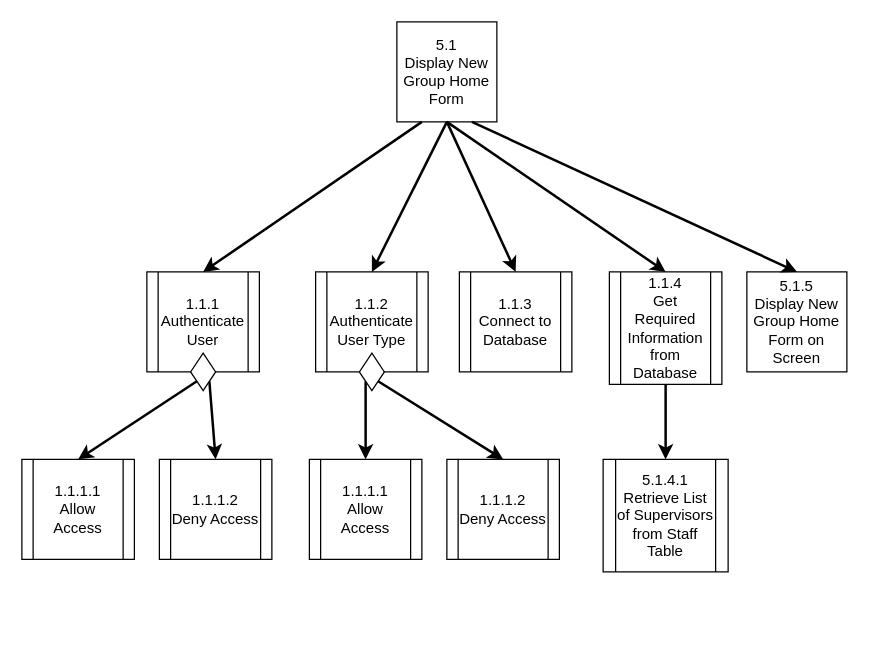
Earlier version of the draw.io diagram page "5.1: Display New Group Home Form" (1 of 2) of Diagrams/StructureCharts/Proc5CreateGH.drawio (Harlento/SchedulingSystem). Source tidied: cells renumbered, new cells numbered last; positions are measured from the earlier drawing's top-left corner, leaving out a move shared by most shapes. Both pictures are drawn from the tidied source at 125%, with x=0, y=0 at pixel (21, 21).
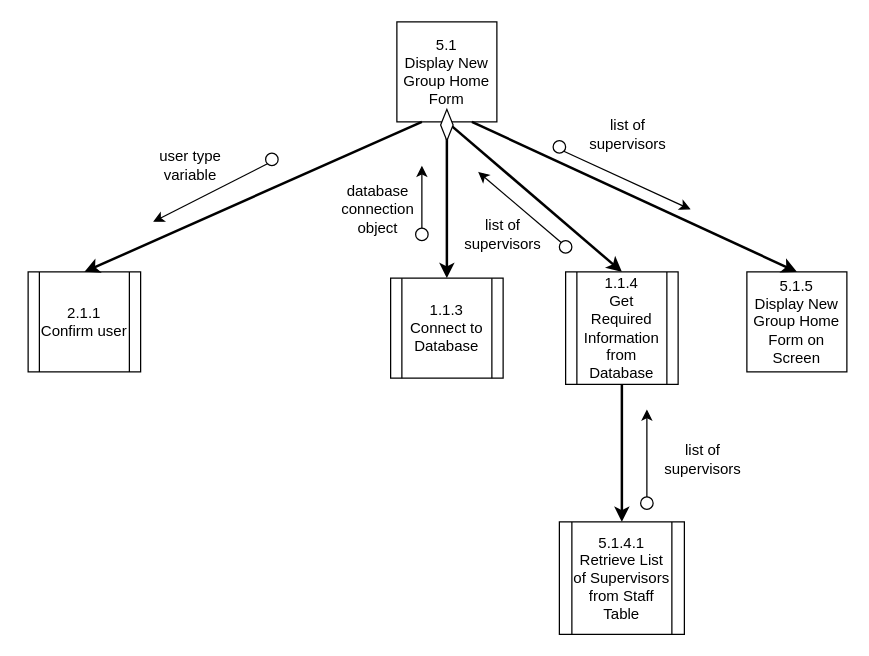
Above is the later version.

The change refers to these unchanged cells:
```xml
<mxCell id="2" value="5.1&lt;br&gt;Display New Group Home Form" style="whiteSpace=wrap;html=1;" parent="1" vertex="1">
  <mxGeometry x="300" width="80" height="80" as="geometry" />
</mxCell>
```

The edit, as a diff of the source:
```diff
@@
-    <mxCell id="3" style="endArrow=classic;html=1;" parent="1" edge="1">
-      <mxGeometry relative="1" as="geometry">
-        <mxPoint x="130" y="440" as="sourcePoint" />
-        <mxPoint x="130" y="440" as="targetPoint" />
-      </mxGeometry>
-    </mxCell>
@@
-    <mxCell id="5" style="endArrow=classic;html=1;exitX=0;exitY=1;exitDx=0;exitDy=0;entryX=0.5;entryY=0;entryDx=0;entryDy=0;strokeWidth=2;" parent="1" edge="1" source="12" target="11">
-      <mxGeometry relative="1" as="geometry" />
-    </mxCell>
@@
-    <mxCell id="7" style="endArrow=classic;html=1;exitX=0.25;exitY=1;exitDx=0;exitDy=0;entryX=0.5;entryY=0;entryDx=0;entryDy=0;strokeWidth=2;" parent="1" edge="1" source="2" target="9">
-      <mxGeometry relative="1" as="geometry" />
-    </mxCell>
-    <mxCell id="8" style="endArrow=classic;html=1;strokeWidth=2;entryX=0.5;entryY=0;entryDx=0;entryDy=0;exitX=1;exitY=1;exitDx=0;exitDy=0;" parent="1" edge="1" source="12" target="10">
-      <mxGeometry relative="1" as="geometry" />
-    </mxCell>
-    <mxCell id="9" value="&lt;span style=&quot;white-space: normal&quot;&gt;1.1.1&lt;br&gt;&lt;/span&gt;Authenticate User" style="shape=process;whiteSpace=wrap;html=1;backgroundOutline=1;" parent="1" vertex="1">
-      <mxGeometry x="100" y="200" width="90" height="80" as="geometry" />
-    </mxCell>
-    <mxCell id="10" value="1.1.1.2&lt;br&gt;Deny Access" style="shape=process;whiteSpace=wrap;html=1;backgroundOutline=1;" parent="1" vertex="1">
-      <mxGeometry x="110" y="350" width="90" height="80" as="geometry" />
-    </mxCell>
-    <mxCell id="11" value="1.1.1.1&lt;br&gt;Allow Access" style="shape=process;whiteSpace=wrap;html=1;backgroundOutline=1;" parent="1" vertex="1">
-      <mxGeometry y="350" width="90" height="80" as="geometry" />
-    </mxCell>
-    <mxCell id="12" style="rhombus;whiteSpace=wrap;html=1;fillColor=#FFFFFF;" parent="1" vertex="1">
-      <mxGeometry x="135" y="265" width="20" height="30" as="geometry" />
-    </mxCell>
-    <mxCell id="13" style="endArrow=classic;html=1;" parent="1" edge="1">
-      <mxGeometry relative="1" as="geometry">
-        <mxPoint x="290" y="445" as="sourcePoint" />
-        <mxPoint x="290" y="445" as="targetPoint" />
-      </mxGeometry>
-    </mxCell>
-    <mxCell id="14" style="endArrow=classic;html=1;exitX=0;exitY=1;exitDx=0;exitDy=0;strokeWidth=2;entryX=0.5;entryY=0;entryDx=0;entryDy=0;" parent="1" edge="1" source="17" target="23">
-      <mxGeometry relative="1" as="geometry" />
-    </mxCell>
-    <mxCell id="15" style="endArrow=classic;html=1;strokeWidth=2;exitX=1;exitY=1;exitDx=0;exitDy=0;entryX=0.5;entryY=0;entryDx=0;entryDy=0;" parent="1" edge="1" source="17" target="24">
-      <mxGeometry relative="1" as="geometry" />
-    </mxCell>
-    <mxCell id="16" value="&lt;span style=&quot;white-space: normal&quot;&gt;1.1.2&lt;br&gt;&lt;/span&gt;Authenticate User Type" style="shape=process;whiteSpace=wrap;html=1;backgroundOutline=1;" parent="1" vertex="1">
-      <mxGeometry x="235" y="200" width="90" height="80" as="geometry" />
-    </mxCell>
-    <mxCell id="17" style="rhombus;whiteSpace=wrap;html=1;fillColor=#FFFFFF;" parent="1" vertex="1">
-      <mxGeometry x="270" y="265" width="20" height="30" as="geometry" />
-    </mxCell>
-    <mxCell id="18" style="endArrow=classic;html=1;exitX=0.5;exitY=1;exitDx=0;exitDy=0;entryX=0.5;entryY=0;entryDx=0;entryDy=0;strokeWidth=2;" parent="1" edge="1" source="2" target="16">
-      <mxGeometry relative="1" as="geometry" />
-    </mxCell>
@@
     <mxCell id="20" value="5.1.4.1&lt;br&gt;Retrieve List of Supervisors from Staff Table" style="shape=process;whiteSpace=wrap;html=1;backgroundOutline=1;" parent="1" vertex="1">
-      <mxGeometry x="465" y="350" width="100" height="90" as="geometry" />
+      <mxGeometry x="430" y="400" width="100" height="90" as="geometry" />
     </mxCell>
@@
     <mxCell id="22" value="1.1.4&lt;br&gt;Get Required Information from Database" style="shape=process;whiteSpace=wrap;html=1;backgroundOutline=1;" parent="1" vertex="1">
-      <mxGeometry x="470" y="200" width="90" height="90" as="geometry" />
+      <mxGeometry x="435" y="200" width="90" height="90" as="geometry" />
     </mxCell>
-    <mxCell id="23" value="1.1.1.1&lt;br&gt;Allow Access" style="shape=process;whiteSpace=wrap;html=1;backgroundOutline=1;" parent="1" vertex="1">
-      <mxGeometry x="230" y="350" width="90" height="80" as="geometry" />
-    </mxCell>
-    <mxCell id="24" value="1.1.1.2&lt;br&gt;Deny Access" style="shape=process;whiteSpace=wrap;html=1;backgroundOutline=1;" parent="1" vertex="1">
-      <mxGeometry x="340" y="350" width="90" height="80" as="geometry" />
-    </mxCell>
     <mxCell id="25" value="1.1.3&lt;br&gt;Connect to Database" style="shape=process;whiteSpace=wrap;html=1;backgroundOutline=1;" parent="1" vertex="1">
-      <mxGeometry x="350" y="200" width="90" height="80" as="geometry" />
+      <mxGeometry x="295" y="205" width="90" height="80" as="geometry" />
     </mxCell>
@@
+    <mxCell id="27" value="2.1.1&lt;br&gt;Confirm user" style="shape=process;whiteSpace=wrap;html=1;backgroundOutline=1;" parent="1" vertex="1">
+      <mxGeometry x="5" y="200" width="90" height="80" as="geometry" />
+    </mxCell>
+    <mxCell id="28" style="endArrow=classic;html=1;strokeWidth=2;entryX=0.5;entryY=0;entryDx=0;entryDy=0;exitX=0.25;exitY=1;exitDx=0;exitDy=0;" parent="1" edge="1" source="2" target="27">
+      <mxGeometry relative="1" as="geometry" />
+    </mxCell>
+    <mxCell id="29" style="endArrow=classic;html=1;exitX=0;exitY=1;exitDx=0;exitDy=0;" parent="1" edge="1" source="30">
+      <mxGeometry relative="1" as="geometry">
+        <mxPoint x="105" y="160" as="targetPoint" />
+      </mxGeometry>
+    </mxCell>
+    <mxCell id="30" style="ellipse;whiteSpace=wrap;html=1;fillColor=#FFFFFF;" parent="1" vertex="1">
+      <mxGeometry x="195" y="105" width="10" height="10" as="geometry" />
+    </mxCell>
+    <mxCell id="31" value="user type variable" style="text;html=1;strokeColor=none;fillColor=none;align=center;verticalAlign=middle;whiteSpace=wrap;rounded=0;" parent="1" vertex="1">
+      <mxGeometry x="105" y="105" width="60" height="20" as="geometry" />
+    </mxCell>
+    <mxCell id="32" style="rhombus;whiteSpace=wrap;html=1;strokeColor=#000000;fillColor=#FFFFFF;" parent="1" vertex="1">
+      <mxGeometry x="335" y="70" width="10" height="25" as="geometry" />
+    </mxCell>
+    <mxCell id="33" style="endArrow=classic;html=1;exitX=0.5;exitY=0;exitDx=0;exitDy=0;" parent="1" edge="1" source="34">
+      <mxGeometry relative="1" as="geometry">
+        <mxPoint x="320" y="115" as="targetPoint" />
+      </mxGeometry>
+    </mxCell>
+    <mxCell id="34" style="ellipse;whiteSpace=wrap;html=1;fillColor=#FFFFFF;" parent="1" vertex="1">
+      <mxGeometry x="315" y="165" width="10" height="10" as="geometry" />
+    </mxCell>
+    <mxCell id="35" value="database connection object" style="text;html=1;strokeColor=none;fillColor=none;align=center;verticalAlign=middle;whiteSpace=wrap;rounded=0;" parent="1" vertex="1">
+      <mxGeometry x="255" y="140" width="60" height="20" as="geometry" />
+    </mxCell>
+    <mxCell id="36" style="endArrow=classic;html=1;exitX=0.5;exitY=0;exitDx=0;exitDy=0;" parent="1" edge="1" source="37">
+      <mxGeometry relative="1" as="geometry">
+        <mxPoint x="500" y="310" as="targetPoint" />
+      </mxGeometry>
+    </mxCell>
+    <mxCell id="37" style="ellipse;whiteSpace=wrap;html=1;fillColor=#FFFFFF;" parent="1" vertex="1">
+      <mxGeometry x="495" y="380" width="10" height="10" as="geometry" />
+    </mxCell>
+    <mxCell id="38" value="list of supervisors" style="text;html=1;strokeColor=none;fillColor=none;align=center;verticalAlign=middle;whiteSpace=wrap;rounded=0;" parent="1" vertex="1">
+      <mxGeometry x="515" y="340" width="60" height="20" as="geometry" />
+    </mxCell>
+    <mxCell id="39" style="endArrow=classic;html=1;exitX=0;exitY=0;exitDx=0;exitDy=0;" parent="1" edge="1" source="40">
+      <mxGeometry relative="1" as="geometry">
+        <mxPoint x="365" y="120" as="targetPoint" />
+      </mxGeometry>
+    </mxCell>
+    <mxCell id="40" style="ellipse;whiteSpace=wrap;html=1;fillColor=#FFFFFF;" parent="1" vertex="1">
+      <mxGeometry x="430" y="175" width="10" height="10" as="geometry" />
+    </mxCell>
+    <mxCell id="41" value="list of supervisors" style="text;html=1;strokeColor=none;fillColor=none;align=center;verticalAlign=middle;whiteSpace=wrap;rounded=0;" parent="1" vertex="1">
+      <mxGeometry x="355" y="160" width="60" height="20" as="geometry" />
+    </mxCell>
+    <mxCell id="42" style="endArrow=classic;html=1;exitX=1;exitY=1;exitDx=0;exitDy=0;" parent="1" edge="1" source="43">
+      <mxGeometry relative="1" as="geometry">
+        <mxPoint x="535" y="150" as="targetPoint" />
+      </mxGeometry>
+    </mxCell>
+    <mxCell id="43" style="ellipse;whiteSpace=wrap;html=1;fillColor=#FFFFFF;" parent="1" vertex="1">
+      <mxGeometry x="425" y="95" width="10" height="10" as="geometry" />
+    </mxCell>
+    <mxCell id="44" value="list of supervisors" style="text;html=1;strokeColor=none;fillColor=none;align=center;verticalAlign=middle;whiteSpace=wrap;rounded=0;" parent="1" vertex="1">
+      <mxGeometry x="455" y="80" width="60" height="20" as="geometry" />
+    </mxCell>
```
